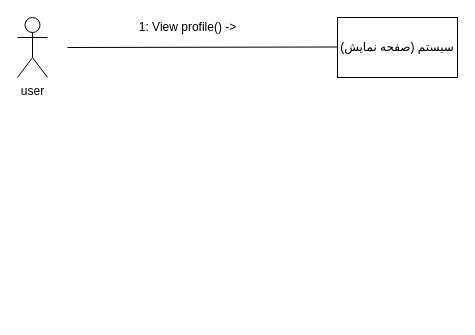
Above: Docs./CommunicationDiagram-Viewpf.drawio in ShadiMe-flutter/Workout (draw.io), before the change. Source tidied: cells renumbered, new cells numbered last; positions are measured from the earlier drawing's top-left corner, leaving out a move shared by most shapes. Both pictures are drawn from the tidied source at 100%, with x=0, y=0 at pixel (17, 17).
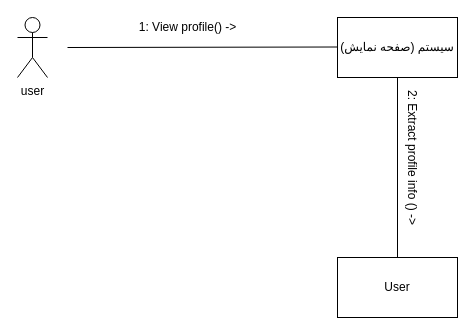
Above is the later version.

Change to the diagram source:
```diff
@@
 <mxGraphModel>
   <root>
     <mxCell id="0" />
     <mxCell id="1" parent="0" />
     <mxCell id="2" value="user" style="shape=umlActor;verticalLabelPosition=bottom;verticalAlign=top;html=1;" parent="1" vertex="1">
       <mxGeometry width="30" height="60" as="geometry" />
     </mxCell>
     <mxCell id="3" value="سیستم (صفحه نمایش)" style="rounded=0;whiteSpace=wrap;html=1;" parent="1" vertex="1">
       <mxGeometry x="320" width="120" height="60" as="geometry" />
     </mxCell>
     <mxCell id="4" style="endArrow=none;html=1;" parent="1" edge="1">
       <mxGeometry relative="1" as="geometry">
         <mxPoint x="50" y="30" as="sourcePoint" />
         <mxPoint x="320" y="29.5" as="targetPoint" />
       </mxGeometry>
     </mxCell>
     <mxCell id="5" value="1: View profile() -&amp;gt;" style="text;html=1;align=center;verticalAlign=middle;" parent="1" vertex="1">
       <mxGeometry x="115" width="110" height="20" as="geometry" />
     </mxCell>
+    <mxCell id="6" value="User" style="rounded=0;whiteSpace=wrap;html=1;" parent="1" vertex="1">
+      <mxGeometry x="320" y="240" width="120" height="60" as="geometry" />
+    </mxCell>
+    <mxCell id="7" style="endArrow=none;html=1;exitX=0.5;exitY=0;exitDx=0;exitDy=0;entryX=0.5;entryY=1;entryDx=0;entryDy=0;" parent="1" edge="1" source="6" target="3">
+      <mxGeometry relative="1" as="geometry" />
+    </mxCell>
+    <mxCell id="8" value="2: Extract profile info () -&amp;gt;" style="text;html=1;align=center;verticalAlign=middle;rotation=90;" parent="1" vertex="1">
+      <mxGeometry x="320" y="130" width="150" height="20" as="geometry" />
+    </mxCell>
   </root>
 </mxGraphModel>
```
